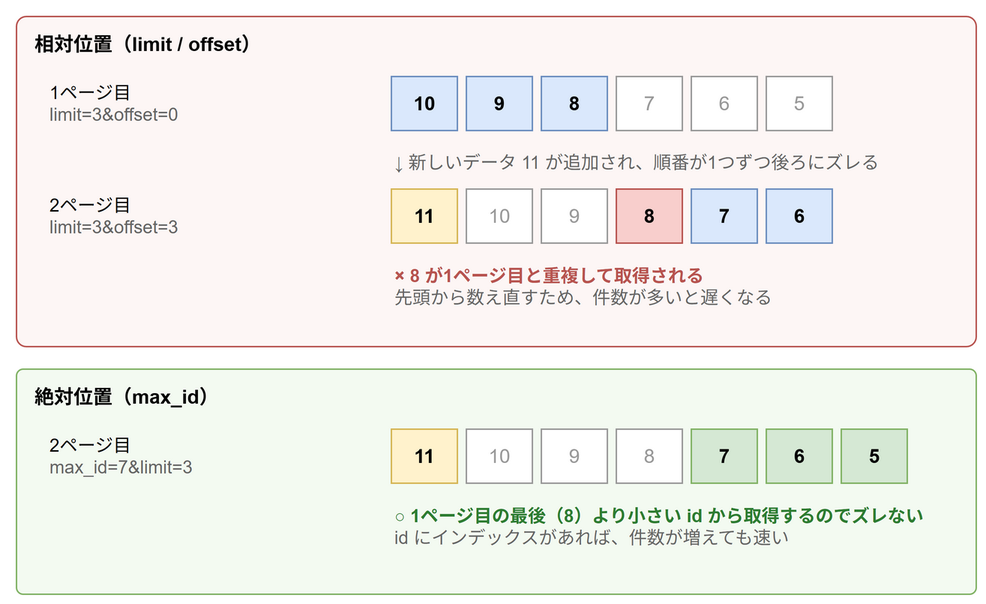
This is images/articles/oreilly-web-api-the-good-parts/pagination-offset-vs-max-id.drawio.png from aew2sbee/zenn, a draw.io export, as it was before one commit. Source tidied: cells renumbered, new cells last; positions are measured from the earlier drawing's top-left corner, leaving out a move shared by most shapes. Its diagram source:
```xml
<mxGraphModel>
  <root>
    <mxCell id="0" />
    <mxCell id="1" parent="0" />
    <mxCell id="2" value="相対位置（limit / offset）" style="rounded=1;whiteSpace=wrap;html=1;fillColor=#fdf6f5;strokeColor=#b85450;verticalAlign=top;align=left;spacingLeft=10;spacingTop=4;fontStyle=1;fontSize=13;arcSize=3;" parent="1" vertex="1">
      <mxGeometry width="640" height="220" as="geometry" />
    </mxCell>
    <mxCell id="3" value="1ページ目&lt;br&gt;&lt;font color=&quot;#666666&quot;&gt;limit=3&amp;amp;offset=0&lt;/font&gt;" style="text;html=1;align=left;verticalAlign=middle;fontSize=12;" parent="1" vertex="1">
      <mxGeometry x="20" y="40" width="220" height="36" as="geometry" />
    </mxCell>
    <mxCell id="4" value="10" style="rounded=0;whiteSpace=wrap;html=1;fontSize=13;fillColor=#dae8fc;strokeColor=#6c8ebf;fontStyle=1;" parent="1" vertex="1">
      <mxGeometry x="250" y="40" width="44" height="36" as="geometry" />
    </mxCell>
    <mxCell id="5" value="9" style="rounded=0;whiteSpace=wrap;html=1;fontSize=13;fillColor=#dae8fc;strokeColor=#6c8ebf;fontStyle=1;" parent="1" vertex="1">
      <mxGeometry x="300" y="40" width="44" height="36" as="geometry" />
    </mxCell>
    <mxCell id="6" value="8" style="rounded=0;whiteSpace=wrap;html=1;fontSize=13;fillColor=#dae8fc;strokeColor=#6c8ebf;fontStyle=1;" parent="1" vertex="1">
      <mxGeometry x="350" y="40" width="44" height="36" as="geometry" />
    </mxCell>
    <mxCell id="7" value="7" style="rounded=0;whiteSpace=wrap;html=1;fontSize=13;fillColor=#ffffff;strokeColor=#999999;fontColor=#999999;" parent="1" vertex="1">
      <mxGeometry x="400" y="40" width="44" height="36" as="geometry" />
    </mxCell>
    <mxCell id="8" value="6" style="rounded=0;whiteSpace=wrap;html=1;fontSize=13;fillColor=#ffffff;strokeColor=#999999;fontColor=#999999;" parent="1" vertex="1">
      <mxGeometry x="450" y="40" width="44" height="36" as="geometry" />
    </mxCell>
    <mxCell id="9" value="5" style="rounded=0;whiteSpace=wrap;html=1;fontSize=13;fillColor=#ffffff;strokeColor=#999999;fontColor=#999999;" parent="1" vertex="1">
      <mxGeometry x="500" y="40" width="44" height="36" as="geometry" />
    </mxCell>
    <mxCell id="10" value="↓ 新しいデータ 11 が追加され、順番が1つずつ後ろにズレる" style="text;html=1;align=left;verticalAlign=middle;fontSize=12;fontColor=#666666;" parent="1" vertex="1">
      <mxGeometry x="250" y="85" width="380" height="24" as="geometry" />
    </mxCell>
    <mxCell id="11" value="2ページ目&lt;br&gt;&lt;font color=&quot;#666666&quot;&gt;limit=3&amp;amp;offset=3&lt;/font&gt;" style="text;html=1;align=left;verticalAlign=middle;fontSize=12;" parent="1" vertex="1">
      <mxGeometry x="20" y="115" width="220" height="36" as="geometry" />
    </mxCell>
    <mxCell id="12" value="11" style="rounded=0;whiteSpace=wrap;html=1;fontSize=13;fillColor=#fff2cc;strokeColor=#d6b656;fontStyle=1;" parent="1" vertex="1">
      <mxGeometry x="250" y="115" width="44" height="36" as="geometry" />
    </mxCell>
    <mxCell id="13" value="10" style="rounded=0;whiteSpace=wrap;html=1;fontSize=13;fillColor=#ffffff;strokeColor=#999999;fontColor=#999999;" parent="1" vertex="1">
      <mxGeometry x="300" y="115" width="44" height="36" as="geometry" />
    </mxCell>
    <mxCell id="14" value="9" style="rounded=0;whiteSpace=wrap;html=1;fontSize=13;fillColor=#ffffff;strokeColor=#999999;fontColor=#999999;" parent="1" vertex="1">
      <mxGeometry x="350" y="115" width="44" height="36" as="geometry" />
    </mxCell>
    <mxCell id="15" value="8" style="rounded=0;whiteSpace=wrap;html=1;fontSize=13;fillColor=#f8cecc;strokeColor=#b85450;fontStyle=1;" parent="1" vertex="1">
      <mxGeometry x="400" y="115" width="44" height="36" as="geometry" />
    </mxCell>
    <mxCell id="16" value="7" style="rounded=0;whiteSpace=wrap;html=1;fontSize=13;fillColor=#dae8fc;strokeColor=#6c8ebf;fontStyle=1;" parent="1" vertex="1">
      <mxGeometry x="450" y="115" width="44" height="36" as="geometry" />
    </mxCell>
    <mxCell id="17" value="6" style="rounded=0;whiteSpace=wrap;html=1;fontSize=13;fillColor=#dae8fc;strokeColor=#6c8ebf;fontStyle=1;" parent="1" vertex="1">
      <mxGeometry x="500" y="115" width="44" height="36" as="geometry" />
    </mxCell>
    <mxCell id="18" value="&lt;font color=&quot;#b85450&quot;&gt;&lt;b&gt;× 8 が1ページ目と重複して取得される&lt;/b&gt;&lt;/font&gt;&lt;br&gt;&lt;font color=&quot;#666666&quot;&gt;先頭から数え直すため、件数が多いと遅くなる&lt;/font&gt;" style="text;html=1;align=left;verticalAlign=middle;fontSize=12;" parent="1" vertex="1">
      <mxGeometry x="250" y="160" width="380" height="40" as="geometry" />
    </mxCell>
    <mxCell id="19" value="絶対位置（max_id）" style="rounded=1;whiteSpace=wrap;html=1;fillColor=#f3faf1;strokeColor=#82b366;verticalAlign=top;align=left;spacingLeft=10;spacingTop=4;fontStyle=1;fontSize=13;arcSize=3;" parent="1" vertex="1">
      <mxGeometry y="235" width="640" height="150" as="geometry" />
    </mxCell>
    <mxCell id="20" value="2ページ目&lt;br&gt;&lt;font color=&quot;#666666&quot;&gt;max_id=7&amp;amp;limit=3&lt;/font&gt;" style="text;html=1;align=left;verticalAlign=middle;fontSize=12;" parent="1" vertex="1">
      <mxGeometry x="20" y="275" width="220" height="36" as="geometry" />
    </mxCell>
    <mxCell id="21" value="11" style="rounded=0;whiteSpace=wrap;html=1;fontSize=13;fillColor=#fff2cc;strokeColor=#d6b656;fontStyle=1;" parent="1" vertex="1">
      <mxGeometry x="250" y="275" width="44" height="36" as="geometry" />
    </mxCell>
    <mxCell id="22" value="10" style="rounded=0;whiteSpace=wrap;html=1;fontSize=13;fillColor=#ffffff;strokeColor=#999999;fontColor=#999999;" parent="1" vertex="1">
      <mxGeometry x="300" y="275" width="44" height="36" as="geometry" />
    </mxCell>
    <mxCell id="23" value="9" style="rounded=0;whiteSpace=wrap;html=1;fontSize=13;fillColor=#ffffff;strokeColor=#999999;fontColor=#999999;" parent="1" vertex="1">
      <mxGeometry x="350" y="275" width="44" height="36" as="geometry" />
    </mxCell>
    <mxCell id="24" value="8" style="rounded=0;whiteSpace=wrap;html=1;fontSize=13;fillColor=#ffffff;strokeColor=#999999;fontColor=#999999;" parent="1" vertex="1">
      <mxGeometry x="400" y="275" width="44" height="36" as="geometry" />
    </mxCell>
    <mxCell id="25" value="7" style="rounded=0;whiteSpace=wrap;html=1;fontSize=13;fillColor=#d5e8d4;strokeColor=#82b366;fontStyle=1;" parent="1" vertex="1">
      <mxGeometry x="450" y="275" width="44" height="36" as="geometry" />
    </mxCell>
    <mxCell id="26" value="6" style="rounded=0;whiteSpace=wrap;html=1;fontSize=13;fillColor=#d5e8d4;strokeColor=#82b366;fontStyle=1;" parent="1" vertex="1">
      <mxGeometry x="500" y="275" width="44" height="36" as="geometry" />
    </mxCell>
    <mxCell id="27" value="5" style="rounded=0;whiteSpace=wrap;html=1;fontSize=13;fillColor=#d5e8d4;strokeColor=#82b366;fontStyle=1;" parent="1" vertex="1">
      <mxGeometry x="550" y="275" width="44" height="36" as="geometry" />
    </mxCell>
    <mxCell id="28" value="&lt;font color=&quot;#2e7d32&quot;&gt;&lt;b&gt;○ 1ページ目の最後（8）より小さい id から取得するのでズレない&lt;/b&gt;&lt;/font&gt;&lt;br&gt;&lt;font color=&quot;#666666&quot;&gt;id にインデックスがあれば、件数が増えても速い&lt;/font&gt;" style="text;html=1;align=left;verticalAlign=middle;fontSize=12;" parent="1" vertex="1">
      <mxGeometry x="250" y="320" width="380" height="40" as="geometry" />
    </mxCell>
  </root>
</mxGraphModel>
```
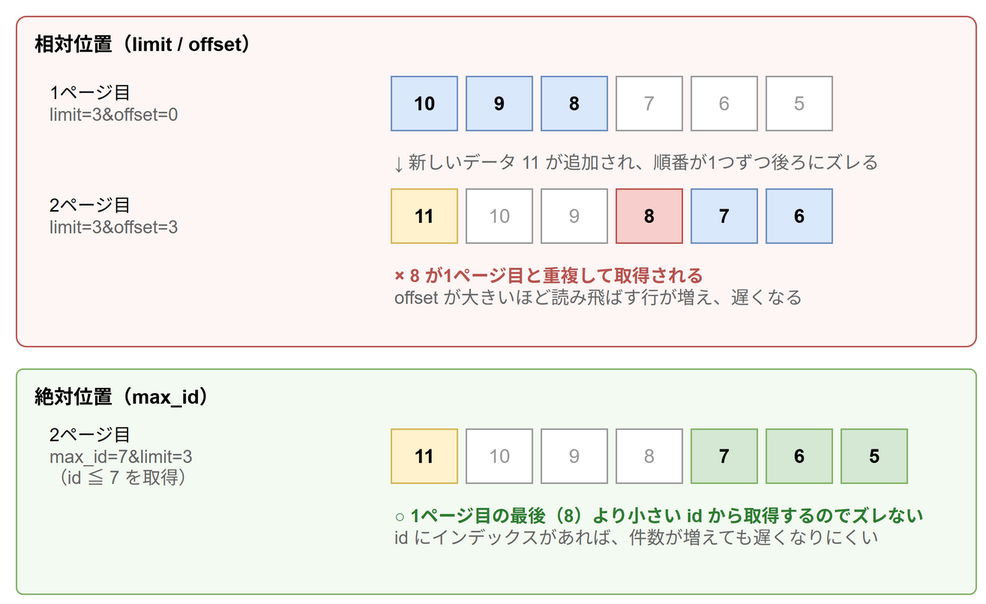
After the commit.

Change to the diagram source:
```diff
@@ -50,13 +50,13 @@
     <mxCell id="17" value="6" style="rounded=0;whiteSpace=wrap;html=1;fontSize=13;fillColor=#dae8fc;strokeColor=#6c8ebf;fontStyle=1;" parent="1" vertex="1">
       <mxGeometry x="500" y="115" width="44" height="36" as="geometry" />
     </mxCell>
-    <mxCell id="18" value="&lt;font color=&quot;#b85450&quot;&gt;&lt;b&gt;× 8 が1ページ目と重複して取得される&lt;/b&gt;&lt;/font&gt;&lt;br&gt;&lt;font color=&quot;#666666&quot;&gt;先頭から数え直すため、件数が多いと遅くなる&lt;/font&gt;" style="text;html=1;align=left;verticalAlign=middle;fontSize=12;" parent="1" vertex="1">
+    <mxCell id="18" value="&lt;font color=&quot;#b85450&quot;&gt;&lt;b&gt;× 8 が1ページ目と重複して取得される&lt;/b&gt;&lt;/font&gt;&lt;br&gt;&lt;font color=&quot;#666666&quot;&gt;offset が大きいほど読み飛ばす行が増え、遅くなる&lt;/font&gt;" style="text;html=1;align=left;verticalAlign=middle;fontSize=12;" parent="1" vertex="1">
       <mxGeometry x="250" y="160" width="380" height="40" as="geometry" />
     </mxCell>
     <mxCell id="19" value="絶対位置（max_id）" style="rounded=1;whiteSpace=wrap;html=1;fillColor=#f3faf1;strokeColor=#82b366;verticalAlign=top;align=left;spacingLeft=10;spacingTop=4;fontStyle=1;fontSize=13;arcSize=3;" parent="1" vertex="1">
       <mxGeometry y="235" width="640" height="150" as="geometry" />
     </mxCell>
-    <mxCell id="20" value="2ページ目&lt;br&gt;&lt;font color=&quot;#666666&quot;&gt;max_id=7&amp;amp;limit=3&lt;/font&gt;" style="text;html=1;align=left;verticalAlign=middle;fontSize=12;" parent="1" vertex="1">
+    <mxCell id="20" value="2ページ目&lt;br&gt;&lt;font color=&quot;#666666&quot;&gt;max_id=7&amp;amp;limit=3&lt;br&gt;（id ≦ 7 を取得）&lt;/font&gt;" style="text;html=1;align=left;verticalAlign=middle;fontSize=12;" parent="1" vertex="1">
       <mxGeometry x="20" y="275" width="220" height="36" as="geometry" />
     </mxCell>
     <mxCell id="21" value="11" style="rounded=0;whiteSpace=wrap;html=1;fontSize=13;fillColor=#fff2cc;strokeColor=#d6b656;fontStyle=1;" parent="1" vertex="1">
@@ -80,7 +80,7 @@
     <mxCell id="27" value="5" style="rounded=0;whiteSpace=wrap;html=1;fontSize=13;fillColor=#d5e8d4;strokeColor=#82b366;fontStyle=1;" parent="1" vertex="1">
       <mxGeometry x="550" y="275" width="44" height="36" as="geometry" />
     </mxCell>
-    <mxCell id="28" value="&lt;font color=&quot;#2e7d32&quot;&gt;&lt;b&gt;○ 1ページ目の最後（8）より小さい id から取得するのでズレない&lt;/b&gt;&lt;/font&gt;&lt;br&gt;&lt;font color=&quot;#666666&quot;&gt;id にインデックスがあれば、件数が増えても速い&lt;/font&gt;" style="text;html=1;align=left;verticalAlign=middle;fontSize=12;" parent="1" vertex="1">
+    <mxCell id="28" value="&lt;font color=&quot;#2e7d32&quot;&gt;&lt;b&gt;○ 1ページ目の最後（8）より小さい id から取得するのでズレない&lt;/b&gt;&lt;/font&gt;&lt;br&gt;&lt;font color=&quot;#666666&quot;&gt;id にインデックスがあれば、件数が増えても遅くなりにくい&lt;/font&gt;" style="text;html=1;align=left;verticalAlign=middle;fontSize=12;" parent="1" vertex="1">
       <mxGeometry x="250" y="320" width="380" height="40" as="geometry" />
     </mxCell>
   </root>
```
